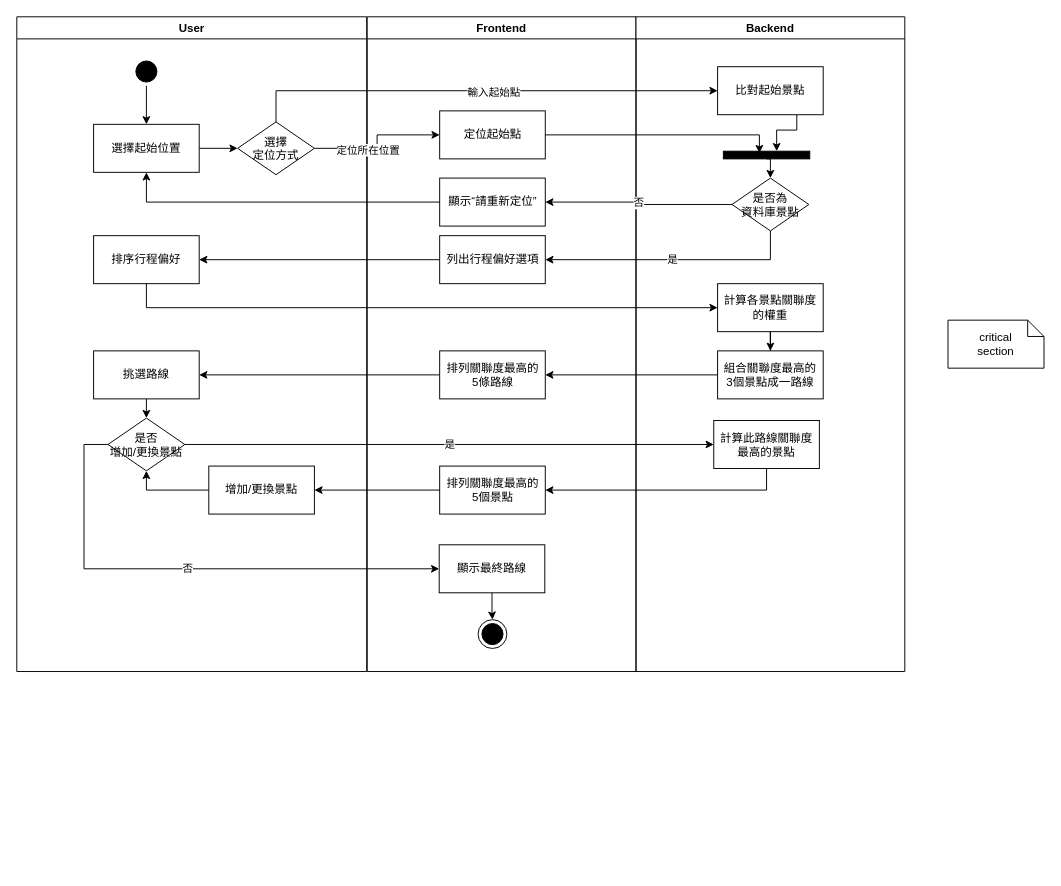
The draw.io diagram ActivityDiagram.drawio in Niomoo/PeteBudaeJjigae, before the edit. Source tidied: cells renumbered, new cells numbered last; positions are measured from the earlier drawing's top-left corner, leaving out a move shared by most shapes. Both pictures are drawn from the tidied source at 96%, with x=0, y=0 at pixel (16, 16).
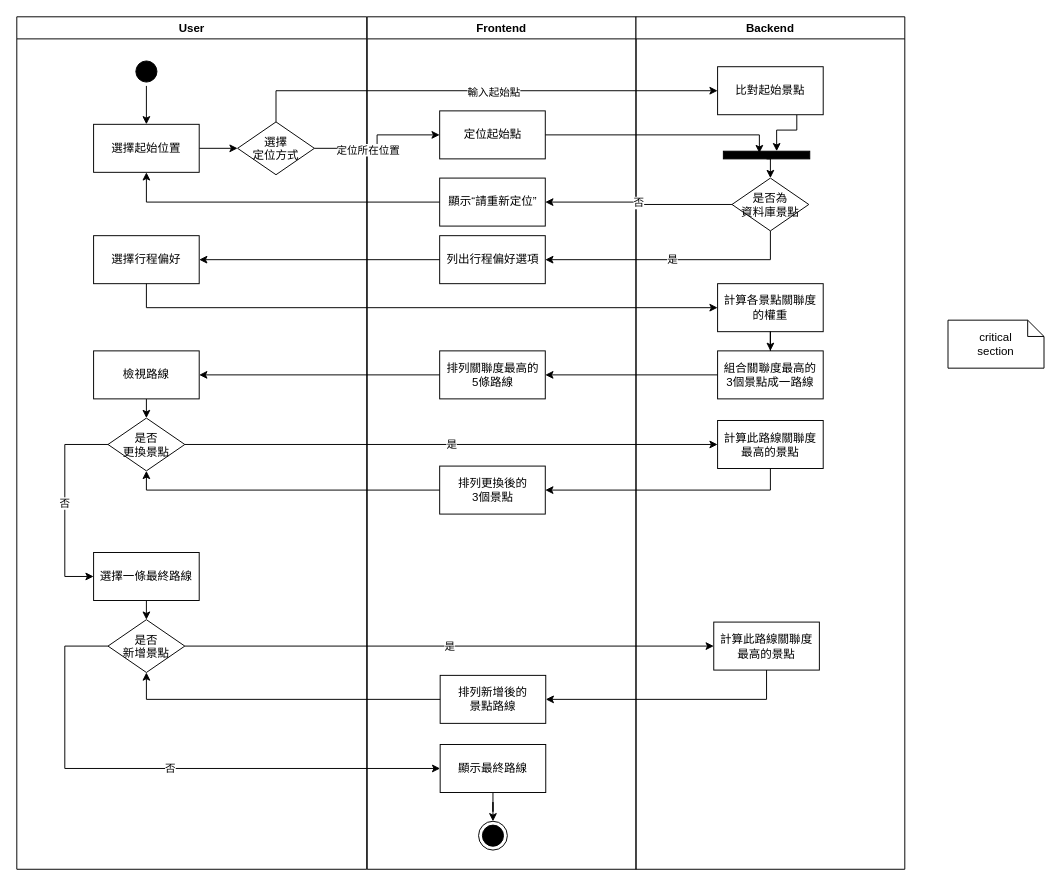
The same page after the edit.

Change to the diagram source:
```diff
@@
     <mxCell id="2" value="User" style="swimlane;whiteSpace=wrap;" parent="1" vertex="1">
-      <mxGeometry width="364.5" height="682" as="geometry" />
+      <mxGeometry width="364.5" height="888" as="geometry" />
     </mxCell>
@@
-    <mxCell id="8" value="排序行程偏好" style="rounded=0;whiteSpace=wrap;html=1;" parent="2" vertex="1">
+    <mxCell id="8" value="選擇行程偏好" style="rounded=0;whiteSpace=wrap;html=1;" parent="2" vertex="1">
       <mxGeometry x="80" y="228" width="110" height="50" as="geometry" />
     </mxCell>
@@
-    <mxCell id="10" value="挑選路線" style="rounded=0;whiteSpace=wrap;html=1;" parent="2" vertex="1">
+    <mxCell id="10" value="檢視路線" style="rounded=0;whiteSpace=wrap;html=1;" parent="2" vertex="1">
       <mxGeometry x="80" y="348" width="110" height="50" as="geometry" />
     </mxCell>
-    <mxCell id="11" value="是否&#10;增加/更換景點" style="rhombus;fillColor=#FFFFFF;strokeColor=#000000;" parent="2" vertex="1">
+    <mxCell id="11" value="是否&#10;更換景點" style="rhombus;fillColor=#FFFFFF;strokeColor=#000000;" parent="2" vertex="1">
       <mxGeometry x="95" y="418" width="80" height="55" as="geometry" />
     </mxCell>
-    <mxCell id="12" style="edgeStyle=orthogonalEdgeStyle;rounded=0;jettySize=auto;html=1;entryX=0.5;entryY=1;entryDx=0;entryDy=0;strokeColor=#000000;fillColor=#000000;" parent="2" edge="1" source="13" target="11">
-      <mxGeometry relative="1" as="geometry">
-        <Array as="points">
-          <mxPoint x="135" y="493" />
-        </Array>
-      </mxGeometry>
-    </mxCell>
-    <mxCell id="13" value="增加/更換景點" style="rounded=0;whiteSpace=wrap;html=1;strokeColor=#000000;fillColor=#FFFFFF;" parent="2" vertex="1">
-      <mxGeometry x="200" y="468" width="110" height="50" as="geometry" />
-    </mxCell>
+    <mxCell id="50" style="edgeStyle=orthogonalEdgeStyle;rounded=0;jettySize=auto;html=1;exitX=0.5;exitY=1;exitDx=0;exitDy=0;entryX=0.5;entryY=0;entryDx=0;entryDy=0;" parent="2" edge="1" source="51" target="52">
+      <mxGeometry relative="1" as="geometry" />
+    </mxCell>
+    <mxCell id="51" value="選擇一條最終路線" style="rounded=0;whiteSpace=wrap;html=1;strokeColor=#000000;fillColor=#FFFFFF;" parent="2" vertex="1">
+      <mxGeometry x="80" y="558" width="110" height="50" as="geometry" />
+    </mxCell>
+    <mxCell id="49" value="否" style="edgeStyle=orthogonalEdgeStyle;rounded=0;jettySize=auto;html=1;entryX=0;entryY=0.5;entryDx=0;entryDy=0;strokeColor=#000000;fillColor=#000000;" parent="2" edge="1" source="11" target="51">
+      <mxGeometry relative="1" as="geometry">
+        <Array as="points">
+          <mxPoint x="50" y="446" />
+          <mxPoint x="50" y="583" />
+        </Array>
+      </mxGeometry>
+    </mxCell>
+    <mxCell id="52" value="是否&#10;新增景點" style="rhombus;fillColor=#FFFFFF;strokeColor=#000000;" parent="2" vertex="1">
+      <mxGeometry x="95" y="628" width="80" height="55" as="geometry" />
+    </mxCell>
     <mxCell id="14" value="Frontend" style="swimlane;whiteSpace=wrap;" parent="1" vertex="1">
-      <mxGeometry x="365" width="280" height="682" as="geometry" />
+      <mxGeometry x="365" width="280" height="888" as="geometry" />
     </mxCell>
@@
-    <mxCell id="19" value="排列關聯度最高的&lt;br&gt;5個景點" style="rounded=0;whiteSpace=wrap;html=1;strokeColor=#000000;fillColor=#FFFFFF;" parent="14" vertex="1">
+    <mxCell id="19" value="排列更換後的&lt;br&gt;3個景點" style="rounded=0;whiteSpace=wrap;html=1;strokeColor=#000000;fillColor=#FFFFFF;" parent="14" vertex="1">
       <mxGeometry x="75.5" y="468" width="110" height="50" as="geometry" />
     </mxCell>
     <mxCell id="20" style="ellipse;shape=endState;fillColor=#000000;strokeColor=#000000;" parent="14" vertex="1">
-      <mxGeometry x="115.5" y="628" width="30" height="30" as="geometry" />
+      <mxGeometry x="116" y="838" width="30" height="30" as="geometry" />
     </mxCell>
@@
     <mxCell id="22" value="顯示最終路線" style="rounded=0;whiteSpace=wrap;html=1;strokeColor=#000000;fillColor=#FFFFFF;" parent="14" vertex="1">
-      <mxGeometry x="75" y="550" width="110" height="50" as="geometry" />
+      <mxGeometry x="76" y="758" width="110" height="50" as="geometry" />
     </mxCell>
+    <mxCell id="53" value="排列新增後的&lt;br&gt;景點路線" style="rounded=0;whiteSpace=wrap;html=1;strokeColor=#000000;fillColor=#FFFFFF;" parent="14" vertex="1">
+      <mxGeometry x="76" y="686" width="110" height="50" as="geometry" />
+    </mxCell>
     <mxCell id="23" value="Backend" style="swimlane;whiteSpace=wrap;" parent="1" vertex="1">
-      <mxGeometry x="645" width="280" height="682" as="geometry" />
+      <mxGeometry x="645" width="280" height="888" as="geometry" />
     </mxCell>
@@
     <mxCell id="32" value="計算此路線關聯度&lt;br&gt;最高的景點" style="rounded=0;whiteSpace=wrap;html=1;strokeColor=#000000;fillColor=#FFFFFF;" parent="23" vertex="1">
-      <mxGeometry x="81" y="420.5" width="110" height="50" as="geometry" />
+      <mxGeometry x="85" y="420.5" width="110" height="50" as="geometry" />
     </mxCell>
+    <mxCell id="54" value="計算此路線關聯度&lt;br&gt;最高的景點" style="rounded=0;whiteSpace=wrap;html=1;strokeColor=#000000;fillColor=#FFFFFF;" parent="23" vertex="1">
+      <mxGeometry x="81" y="630.5" width="110" height="50" as="geometry" />
+    </mxCell>
@@
-    <mxCell id="48" style="edgeStyle=orthogonalEdgeStyle;rounded=0;jettySize=auto;html=1;strokeColor=#000000;fillColor=#000000;entryX=1;entryY=0.5;entryDx=0;entryDy=0;" parent="1" edge="1" source="19" target="13">
+    <mxCell id="48" style="edgeStyle=orthogonalEdgeStyle;rounded=0;jettySize=auto;html=1;strokeColor=#000000;fillColor=#000000;entryX=0.5;entryY=1;entryDx=0;entryDy=0;" parent="1" edge="1" source="19" target="11">
       <mxGeometry relative="1" as="geometry" />
     </mxCell>
-    <mxCell id="49" value="否" style="edgeStyle=orthogonalEdgeStyle;rounded=0;jettySize=auto;html=1;entryX=0;entryY=0.5;entryDx=0;entryDy=0;strokeColor=#000000;fillColor=#000000;" parent="1" edge="1" source="11" target="22">
-      <mxGeometry relative="1" as="geometry">
-        <Array as="points">
-          <mxPoint x="70" y="446" />
-          <mxPoint x="70" y="575" />
-        </Array>
-      </mxGeometry>
-    </mxCell>
+    <mxCell id="55" value="是" style="edgeStyle=orthogonalEdgeStyle;rounded=0;jettySize=auto;html=1;exitX=1;exitY=0.5;exitDx=0;exitDy=0;strokeColor=#000000;fillColor=#000000;entryX=0;entryY=0.5;entryDx=0;entryDy=0;" parent="1" edge="1" source="52" target="54">
+      <mxGeometry relative="1" as="geometry" />
+    </mxCell>
+    <mxCell id="56" style="edgeStyle=orthogonalEdgeStyle;rounded=0;jettySize=auto;html=1;exitX=0.5;exitY=1;exitDx=0;exitDy=0;entryX=1;entryY=0.5;entryDx=0;entryDy=0;" parent="1" edge="1" source="54" target="53">
+      <mxGeometry relative="1" as="geometry" />
+    </mxCell>
+    <mxCell id="57" style="edgeStyle=orthogonalEdgeStyle;rounded=0;jettySize=auto;html=1;exitX=0;exitY=0.5;exitDx=0;exitDy=0;entryX=0.5;entryY=1;entryDx=0;entryDy=0;" parent="1" edge="1" source="53" target="52">
+      <mxGeometry relative="1" as="geometry" />
+    </mxCell>
+    <mxCell id="58" value="否" style="edgeStyle=orthogonalEdgeStyle;rounded=0;jettySize=auto;html=1;entryX=0;entryY=0.5;entryDx=0;entryDy=0;strokeColor=#000000;fillColor=#000000;exitX=0;exitY=0.5;exitDx=0;exitDy=0;" parent="1" edge="1" source="52" target="22">
+      <mxGeometry relative="1" as="geometry">
+        <Array as="points">
+          <mxPoint x="50" y="656" />
+          <mxPoint x="50" y="783" />
+        </Array>
+      </mxGeometry>
+    </mxCell>
```
